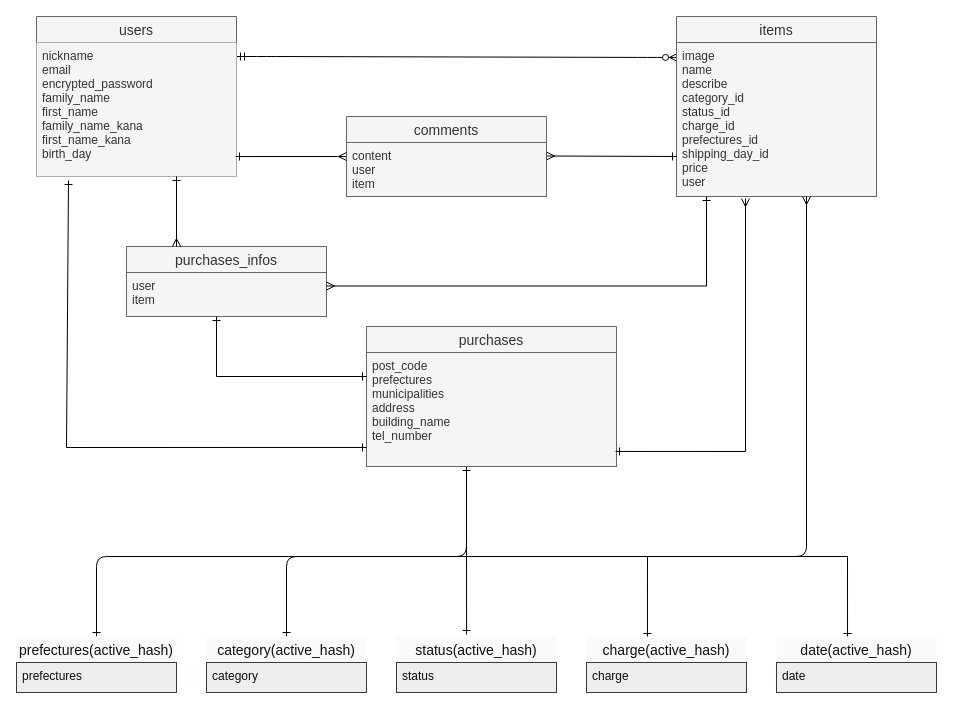
TT38294/furima-37409 keeps this draw.io diagram as er.dio. Above is the earlier version. Source tidied: cells renumbered, new cells numbered last; positions are measured from the earlier drawing's top-left corner, leaving out a move shared by most shapes. Both pictures are drawn from the tidied source at 100%, with x=0, y=0 at pixel (16, 16).
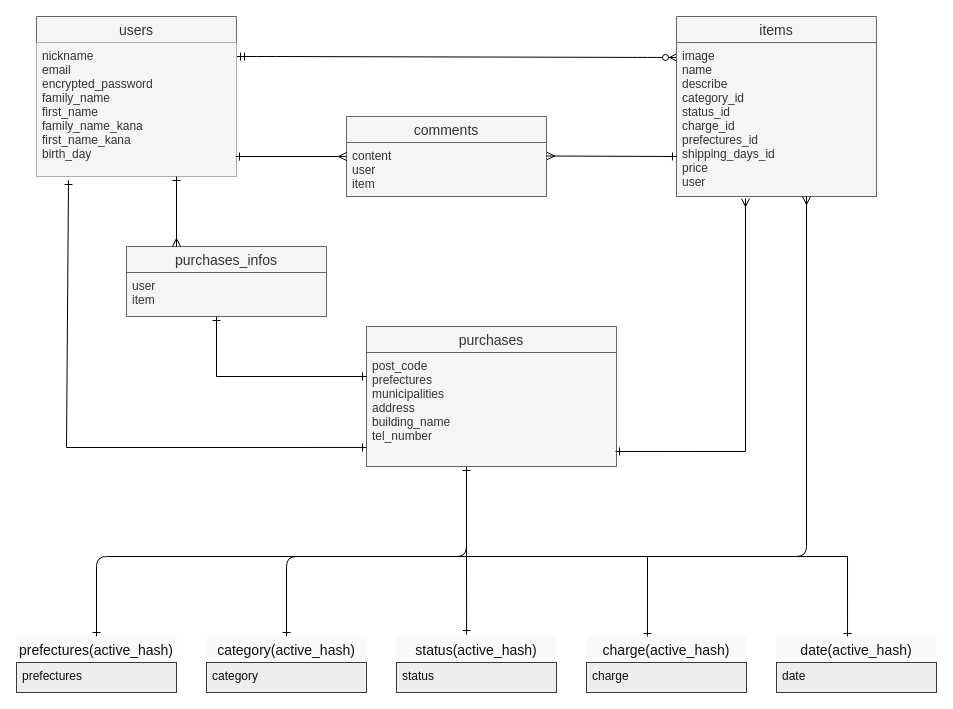
The same page after the edit.

The change refers to these unchanged cells:
```xml
<mxCell id="9" value="items" style="swimlane;fontStyle=0;horizontal=1;startSize=26;align=center;fontSize=14;fillColor=#f5f5f5;fontColor=#333333;strokeColor=#666666;" parent="1" vertex="1">
  <mxGeometry x="660" width="200" height="180" as="geometry" />
</mxCell>
```

What changed in the source:
```diff
@@
-    <mxCell id="10" value="image&#10;name&#10;describe&#10;category_id&#10;status_id&#10;charge_id&#10;prefectures_id&#10;shipping_day_id&#10;price&#10;user" style="text;strokeColor=#666666;fillColor=#f5f5f5;spacingLeft=4;spacingRight=4;overflow=hidden;points=[[0,0.5],[1,0.5]];portConstraint=eastwest;fontSize=12;fontColor=#333333;" parent="9" vertex="1">
+    <mxCell id="10" value="image&#10;name&#10;describe&#10;category_id&#10;status_id&#10;charge_id&#10;prefectures_id&#10;shipping_days_id&#10;price&#10;user" style="text;strokeColor=#666666;fillColor=#f5f5f5;spacingLeft=4;spacingRight=4;overflow=hidden;points=[[0,0.5],[1,0.5]];portConstraint=eastwest;fontSize=12;fontColor=#333333;" parent="9" vertex="1">
       <mxGeometry y="26" width="200" height="154" as="geometry" />
     </mxCell>
@@
-    <mxCell id="36" style="endArrow=ERone;html=1;rounded=0;fontColor=#0D0D0D;edgeStyle=orthogonalEdgeStyle;entryX=0.15;entryY=1;entryDx=0;entryDy=0;entryPerimeter=0;startArrow=ERmany;startFill=0;endFill=0;" parent="1" edge="1" target="10">
-      <mxGeometry relative="1" as="geometry">
-        <mxPoint x="310" y="269.5" as="sourcePoint" />
-        <Array as="points">
-          <mxPoint x="690" y="270" />
-        </Array>
-      </mxGeometry>
-    </mxCell>
```
